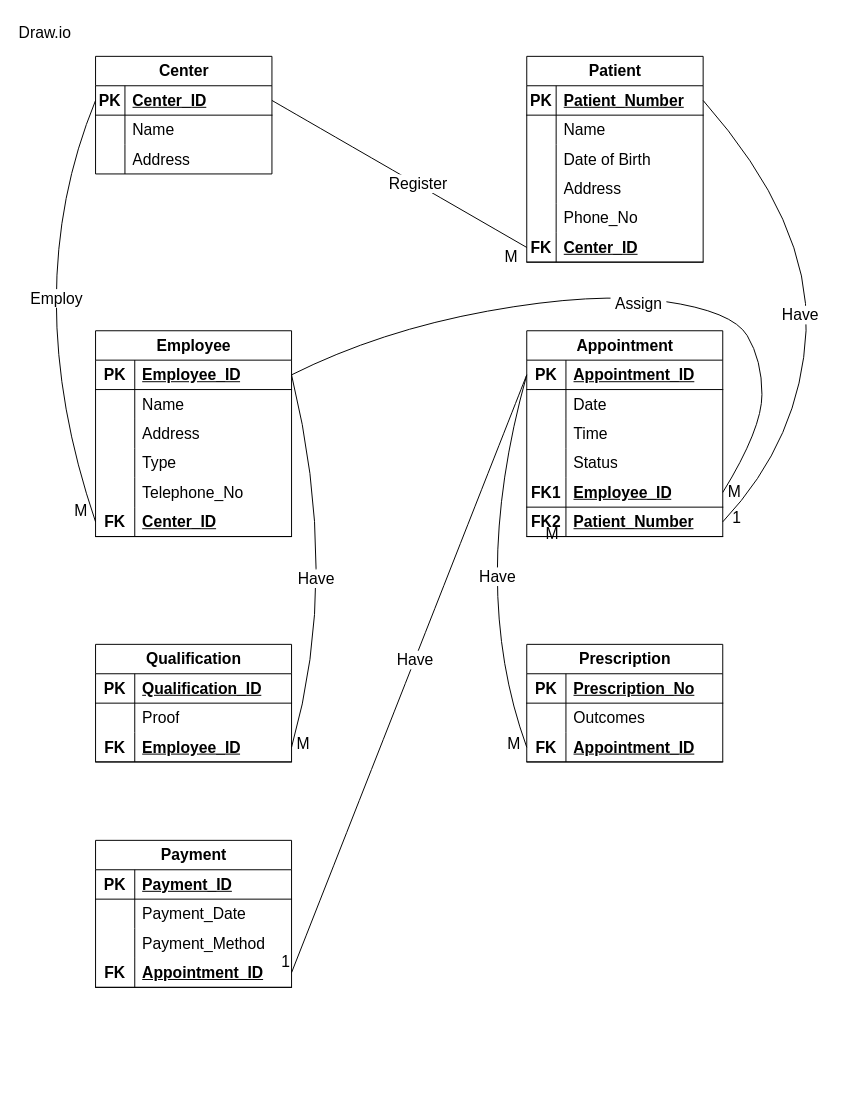
Earlier version of the draw.io diagram DDD/Medical Appointment System.drawio (ThanushkarSiva1238/Database_Design). Source tidied: cells renumbered, new cells numbered last; positions are measured from the earlier drawing's top-left corner, leaving out a move shared by most shapes. Both pictures are drawn from the tidied source at 98%, with x=0, y=0 at pixel (17, 17).
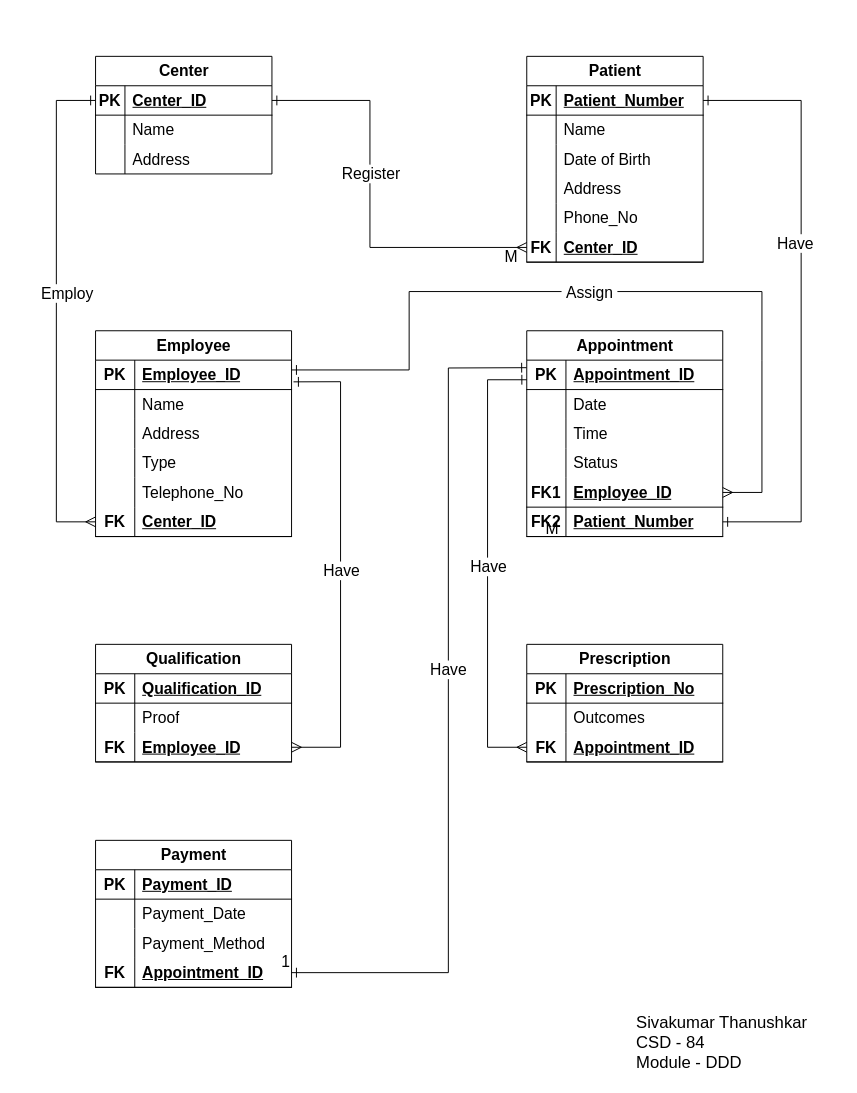
The same page after the edit.

Unchanged cells that the change refers to:
```xml
<mxCell id="3" style="shape=tableRow;horizontal=0;startSize=0;swimlaneHead=0;swimlaneBody=0;fillColor=none;points=[[0,0.5],[1,0.5]];portConstraint=eastwest;top=0;left=0;right=0;bottom=1;fontSize=16;" parent="2" vertex="1">
  <mxGeometry y="30" width="180" height="30" as="geometry" />
</mxCell>
<mxCell id="13" style="shape=tableRow;horizontal=0;startSize=0;swimlaneHead=0;swimlaneBody=0;fillColor=none;points=[[0,0.5],[1,0.5]];portConstraint=eastwest;top=0;left=0;right=0;bottom=1;fontSize=16;" parent="12" vertex="1">
  <mxGeometry y="30" width="180" height="30" as="geometry" />
</mxCell>
<mxCell id="28" style="shape=tableRow;horizontal=0;startSize=0;swimlaneHead=0;swimlaneBody=0;fillColor=none;points=[[0,0.5],[1,0.5]];portConstraint=eastwest;top=0;left=0;right=0;bottom=1;fontSize=16;" parent="12" vertex="1">
  <mxGeometry y="180" width="180" height="30" as="geometry" />
</mxCell>
<mxCell id="35" style="shape=tableRow;horizontal=0;startSize=0;swimlaneHead=0;swimlaneBody=0;fillColor=none;points=[[0,0.5],[1,0.5]];portConstraint=eastwest;top=0;left=0;right=0;bottom=1;fontSize=16;" parent="34" vertex="1">
  <mxGeometry y="30" width="200" height="30" as="geometry" />
</mxCell>
<mxCell id="47" style="shape=tableRow;horizontal=0;startSize=0;swimlaneHead=0;swimlaneBody=0;fillColor=none;points=[[0,0.5],[1,0.5]];portConstraint=eastwest;top=0;left=0;right=0;bottom=1;fontSize=16;" parent="34" vertex="1">
  <mxGeometry y="150" width="200" height="30" as="geometry" />
</mxCell>
<mxCell id="50" style="shape=tableRow;horizontal=0;startSize=0;swimlaneHead=0;swimlaneBody=0;fillColor=none;points=[[0,0.5],[1,0.5]];portConstraint=eastwest;top=0;left=0;right=0;bottom=1;fontSize=16;" parent="34" vertex="1">
  <mxGeometry y="180" width="200" height="30" as="geometry" />
</mxCell>
<mxCell id="58" style="shape=tableRow;horizontal=0;startSize=0;swimlaneHead=0;swimlaneBody=0;fillColor=none;points=[[0,0.5],[1,0.5]];portConstraint=eastwest;top=0;left=0;right=0;bottom=1;fontSize=16;" parent="57" vertex="1">
  <mxGeometry y="30" width="200" height="30" as="geometry" />
</mxCell>
<mxCell id="73" style="shape=tableRow;horizontal=0;startSize=0;swimlaneHead=0;swimlaneBody=0;fillColor=none;points=[[0,0.5],[1,0.5]];portConstraint=eastwest;top=0;left=0;right=0;bottom=1;fontSize=16;" parent="57" vertex="1">
  <mxGeometry y="180" width="200" height="30" as="geometry" />
</mxCell>
<mxCell id="90" style="shape=tableRow;horizontal=0;startSize=0;swimlaneHead=0;swimlaneBody=0;fillColor=none;points=[[0,0.5],[1,0.5]];portConstraint=eastwest;top=0;left=0;right=0;bottom=1;fontSize=16;" parent="83" vertex="1">
  <mxGeometry y="90" width="200" height="30" as="geometry" />
</mxCell>
<mxCell id="103" style="shape=tableRow;horizontal=0;startSize=0;swimlaneHead=0;swimlaneBody=0;fillColor=none;points=[[0,0.5],[1,0.5]];portConstraint=eastwest;top=0;left=0;right=0;bottom=1;fontSize=16;" parent="96" vertex="1">
  <mxGeometry y="90" width="200" height="30" as="geometry" />
</mxCell>
<mxCell id="119" style="shape=tableRow;horizontal=0;startSize=0;swimlaneHead=0;swimlaneBody=0;fillColor=none;points=[[0,0.5],[1,0.5]];portConstraint=eastwest;top=0;left=0;right=0;bottom=1;fontSize=16;" parent="109" vertex="1">
  <mxGeometry y="120" width="200" height="30" as="geometry" />
</mxCell>
```

Change to the diagram source:
```diff
@@
-    <mxCell id="31" style="endArrow=none;html=1;rounded=0;fontSize=12;startSize=8;endSize=8;curved=1;exitX=1;exitY=0.5;exitDx=0;exitDy=0;entryX=0;entryY=0.5;entryDx=0;entryDy=0;" parent="1" edge="1" source="3" target="28">
-      <mxGeometry relative="1" as="geometry" />
+    <mxCell id="31" style="endArrow=ERmany;html=1;rounded=0;fontSize=12;startSize=8;endSize=8;exitX=1;exitY=0.5;exitDx=0;exitDy=0;entryX=0;entryY=0.5;entryDx=0;entryDy=0;startArrow=ERone;startFill=0;endFill=0;" parent="1" edge="1" source="3" target="28">
+      <mxGeometry relative="1" as="geometry">
+        <Array as="points">
+          <mxPoint x="360" y="85" />
+          <mxPoint x="360" y="235" />
+        </Array>
+      </mxGeometry>
     </mxCell>
@@
     <mxCell id="33" value="Register" style="edgeLabel;html=1;align=center;verticalAlign=middle;fontSize=16;" parent="31" vertex="1">
-      <mxGeometry x="0.14" y="1" relative="1" as="geometry" />
+      <mxGeometry x="0.14" y="1" relative="1" as="geometry">
+        <mxPoint x="-1" y="-60" as="offset" />
+      </mxGeometry>
     </mxCell>
@@
-    <mxCell id="53" style="endArrow=none;html=1;rounded=0;fontSize=12;startSize=8;endSize=8;curved=1;exitX=1;exitY=0.5;exitDx=0;exitDy=0;entryX=1;entryY=0.5;entryDx=0;entryDy=0;" parent="1" edge="1" source="13" target="50">
+    <mxCell id="53" style="endArrow=ERone;html=1;rounded=0;fontSize=12;startSize=8;endSize=8;exitX=1;exitY=0.5;exitDx=0;exitDy=0;entryX=1;entryY=0.5;entryDx=0;entryDy=0;startArrow=ERone;startFill=0;endFill=0;" parent="1" edge="1" source="13" target="50">
       <mxGeometry relative="1" as="geometry">
         <Array as="points">
-          <mxPoint x="810" y="210" />
-          <mxPoint x="800" y="430" />
+          <mxPoint x="800" y="85" />
+          <mxPoint x="800" y="515" />
         </Array>
       </mxGeometry>
     </mxCell>
-    <mxCell id="54" value="1" style="html=1;whiteSpace=wrap;align=right;verticalAlign=bottom;fontSize=16;" parent="53" vertex="1">
-      <mxGeometry x="1" relative="1" as="geometry">
-        <mxPoint x="20" y="7" as="offset" />
-      </mxGeometry>
-    </mxCell>
     <mxCell id="55" value="Have" style="edgeLabel;html=1;align=center;verticalAlign=middle;fontSize=16;" parent="53" vertex="1">
       <mxGeometry x="0.04" y="-34" relative="1" as="geometry">
-        <mxPoint x="27" as="offset" />
+        <mxPoint x="27" y="-72" as="offset" />
       </mxGeometry>
     </mxCell>
-    <mxCell id="56" value="M" style="html=1;whiteSpace=wrap;align=right;verticalAlign=bottom;fontSize=16;" parent="53" vertex="1">
-      <mxGeometry x="1" relative="1" as="geometry">
-        <mxPoint x="20" y="-20" as="offset" />
-      </mxGeometry>
-    </mxCell>
@@
-    <mxCell id="76" style="endArrow=none;html=1;rounded=0;fontSize=12;startSize=8;endSize=8;curved=1;exitX=0;exitY=0.5;exitDx=0;exitDy=0;entryX=0;entryY=0.5;entryDx=0;entryDy=0;" parent="1" edge="1" source="3" target="73">
+    <mxCell id="76" style="endArrow=ERmany;html=1;rounded=0;fontSize=12;startSize=8;endSize=8;exitX=0;exitY=0.5;exitDx=0;exitDy=0;entryX=0;entryY=0.5;entryDx=0;entryDy=0;startArrow=ERone;startFill=0;endFill=0;" parent="1" edge="1" source="3" target="73">
       <mxGeometry relative="1" as="geometry">
         <Array as="points">
-          <mxPoint y="280" />
+          <mxPoint x="40" y="85" />
+          <mxPoint x="40" y="515" />
         </Array>
       </mxGeometry>
     </mxCell>
-    <mxCell id="77" value="M" style="html=1;whiteSpace=wrap;align=right;verticalAlign=bottom;fontSize=16;" parent="76" vertex="1">
-      <mxGeometry x="1" relative="1" as="geometry">
-        <mxPoint x="-7" as="offset" />
-      </mxGeometry>
-    </mxCell>
     <mxCell id="78" value="Employ" style="edgeLabel;html=1;align=center;verticalAlign=middle;fontSize=16;" parent="76" vertex="1">
-      <mxGeometry y="35" relative="1" as="geometry" />
+      <mxGeometry y="35" relative="1" as="geometry">
+        <mxPoint x="-25" y="-19" as="offset" />
+      </mxGeometry>
     </mxCell>
-    <mxCell id="79" style="endArrow=none;html=1;rounded=0;fontSize=12;startSize=8;endSize=8;curved=1;exitX=1;exitY=0.5;exitDx=0;exitDy=0;entryX=1;entryY=0.5;entryDx=0;entryDy=0;" parent="1" edge="1" source="47" target="58">
+    <mxCell id="79" style="endArrow=ERone;html=1;rounded=0;fontSize=12;startSize=8;endSize=8;exitX=1;exitY=0.5;exitDx=0;exitDy=0;startArrow=ERmany;startFill=0;endFill=0;" parent="1" edge="1" source="47">
       <mxGeometry relative="1" as="geometry">
+        <mxPoint x="280" y="360" as="targetPoint" />
         <Array as="points">
-          <mxPoint x="760" y="420" />
+          <mxPoint x="760" y="485" />
           <mxPoint x="760" y="350" />
-          <mxPoint x="730" y="300" />
+          <mxPoint x="760" y="280" />
           <mxPoint x="590" y="280" />
-          <mxPoint x="370" y="320" />
+          <mxPoint x="400" y="280" />
+          <mxPoint x="400" y="360" />
         </Array>
       </mxGeometry>
     </mxCell>
@@
     <mxCell id="81" value="&amp;nbsp;Assign&amp;nbsp;" style="edgeLabel;html=1;align=center;verticalAlign=middle;fontSize=16;" parent="79" vertex="1">
       <mxGeometry x="0.04" relative="1" as="geometry">
-        <mxPoint x="46" y="11" as="offset" />
+        <mxPoint x="-3" as="offset" />
       </mxGeometry>
     </mxCell>
-    <mxCell id="82" value="Draw.io" style="text;whiteSpace=wrap;html=1;fontSize=16;" parent="1" vertex="1">
-      <mxGeometry width="90" height="40" as="geometry" />
+    <mxCell id="82" value="&lt;font style=&quot;font-size: 17px;&quot;&gt;Sivakumar Thanushkar&lt;br&gt;CSD - 84&lt;br&gt;Module - DDD&lt;/font&gt;" style="text;whiteSpace=wrap;html=1;fontSize=16;" parent="1" vertex="1">
+      <mxGeometry x="630" y="1010" width="210" height="70" as="geometry" />
     </mxCell>
@@
-    <mxCell id="93" style="endArrow=none;html=1;rounded=0;fontSize=12;startSize=8;endSize=8;curved=1;exitX=0;exitY=0.5;exitDx=0;exitDy=0;entryX=0;entryY=0.5;entryDx=0;entryDy=0;" parent="1" edge="1" source="35" target="90">
+    <mxCell id="93" style="endArrow=ERmany;html=1;rounded=0;fontSize=12;startSize=8;endSize=8;entryX=0;entryY=0.5;entryDx=0;entryDy=0;startArrow=ERone;startFill=0;endFill=0;" parent="1" edge="1" target="90">
       <mxGeometry relative="1" as="geometry">
+        <mxPoint x="520" y="370" as="sourcePoint" />
         <Array as="points">
-          <mxPoint x="460" y="580" />
+          <mxPoint x="480" y="370" />
+          <mxPoint x="480" y="745" />
         </Array>
       </mxGeometry>
     </mxCell>
-    <mxCell id="94" value="M" style="html=1;whiteSpace=wrap;align=right;verticalAlign=bottom;fontSize=16;" parent="93" vertex="1">
-      <mxGeometry x="1" relative="1" as="geometry">
-        <mxPoint x="-5" y="7" as="offset" />
-      </mxGeometry>
-    </mxCell>
     <mxCell id="95" value="Have" style="edgeLabel;html=1;align=center;verticalAlign=middle;fontSize=16;" parent="93" vertex="1">
       <mxGeometry x="-0.05" y="35" relative="1" as="geometry">
-        <mxPoint x="-13" y="14" as="offset" />
+        <mxPoint x="-35" y="14" as="offset" />
       </mxGeometry>
     </mxCell>
@@
-    <mxCell id="106" style="endArrow=none;html=1;rounded=0;fontSize=12;startSize=8;endSize=8;curved=1;exitX=1;exitY=0.5;exitDx=0;exitDy=0;entryX=1;entryY=0.5;entryDx=0;entryDy=0;" parent="1" edge="1" source="58" target="103">
+    <mxCell id="106" style="endArrow=ERmany;html=1;rounded=0;fontSize=12;startSize=8;endSize=8;exitX=1.01;exitY=0.738;exitDx=0;exitDy=0;entryX=1;entryY=0.5;entryDx=0;entryDy=0;exitPerimeter=0;startArrow=ERone;startFill=0;endFill=0;" parent="1" edge="1" source="58" target="103">
       <mxGeometry relative="1" as="geometry">
         <Array as="points">
+          <mxPoint x="330" y="372" />
           <mxPoint x="330" y="570" />
+          <mxPoint x="330" y="745" />
         </Array>
       </mxGeometry>
     </mxCell>
-    <mxCell id="107" value="M" style="html=1;whiteSpace=wrap;align=right;verticalAlign=bottom;fontSize=16;" parent="106" vertex="1">
-      <mxGeometry x="1" relative="1" as="geometry">
-        <mxPoint x="20" y="7" as="offset" />
-      </mxGeometry>
-    </mxCell>
     <mxCell id="108" value="Have" style="edgeLabel;html=1;align=center;verticalAlign=middle;fontSize=16;" parent="106" vertex="1">
       <mxGeometry x="0.12" y="-23" relative="1" as="geometry">
-        <mxPoint x="-1" as="offset" />
+        <mxPoint x="23" y="-23" as="offset" />
       </mxGeometry>
     </mxCell>
@@
-    <mxCell id="122" style="endArrow=none;html=1;rounded=0;fontSize=12;startSize=8;endSize=8;curved=1;exitX=0;exitY=0.5;exitDx=0;exitDy=0;entryX=1;entryY=0.5;entryDx=0;entryDy=0;" parent="1" edge="1" source="35" target="119">
-      <mxGeometry relative="1" as="geometry" />
+    <mxCell id="122" style="endArrow=ERone;html=1;rounded=0;fontSize=12;startSize=8;endSize=8;exitX=-0.001;exitY=0.256;exitDx=0;exitDy=0;entryX=1;entryY=0.5;entryDx=0;entryDy=0;exitPerimeter=0;startArrow=ERone;startFill=0;endFill=0;" parent="1" edge="1" source="35" target="119">
+      <mxGeometry relative="1" as="geometry">
+        <Array as="points">
+          <mxPoint x="440" y="358" />
+          <mxPoint x="440" y="975" />
+        </Array>
+      </mxGeometry>
     </mxCell>
@@
     <mxCell id="124" value="Have" style="edgeLabel;html=1;align=center;verticalAlign=middle;fontSize=16;" parent="122" vertex="1">
       <mxGeometry x="-0.05" y="-1" relative="1" as="geometry">
-        <mxPoint y="1" as="offset" />
+        <mxPoint y="-20" as="offset" />
       </mxGeometry>
     </mxCell>
```
